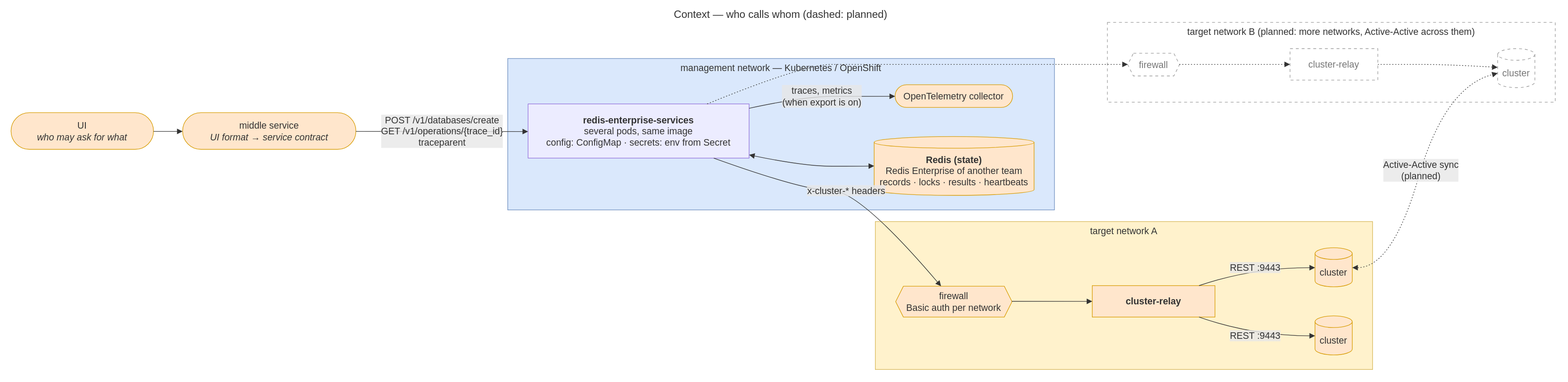
Before: docs/diagrams/02-context.drawio.svg, a diagram exported from draw.io (EliShteinman/redis-enterprise-services). Source tidied: cells renumbered, new cells last; positions are measured from the earlier drawing's top-left corner, leaving out a move shared by most shapes.
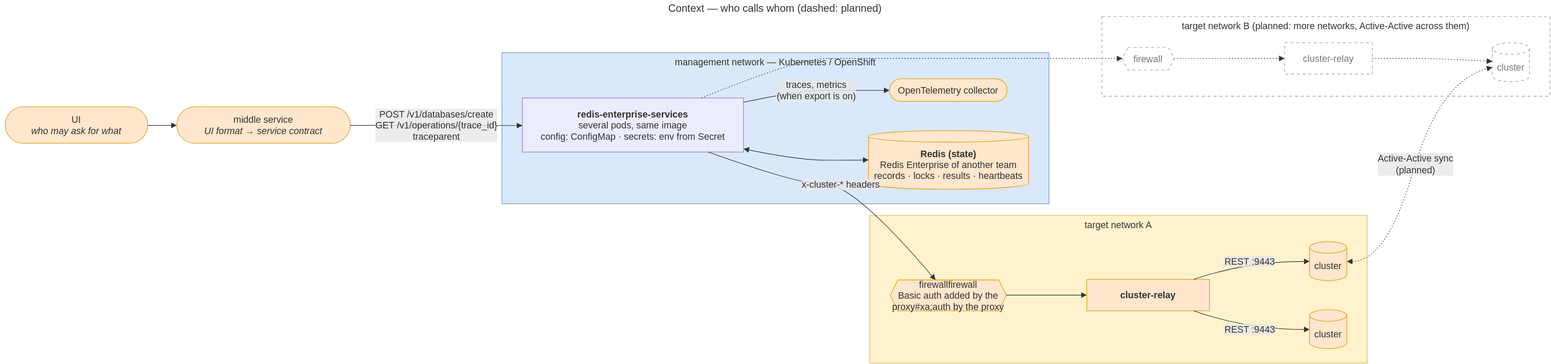
After the change.

Commit message:
docs: the proxy authenticates to DataPower; the service sends no firewall credentials

Change to the diagram source:
```diff
@@ -33,7 +33,7 @@
     <mxCell id="8" value="target network A" style="html=1;whiteSpace=wrap;strokeWidth=1;verticalAlign=top;fillColor=#fff2cc;strokeColor=#d6b656;fontColor=light-dark(#333333,#cccccc);fontFamily=Trebuchet MS,Verdana,Arial,sans-serif;fontSize=16;" parent="1" vertex="1">
       <mxGeometry x="1494" y="370" width="855" height="254" as="geometry" />
     </mxCell>
-    <mxCell id="9" value="firewall&#10;Basic auth per network" style="html=1;shape=hexagon;perimeter=hexagonPerimeter2;fixedSize=1;size=13.25;strokeWidth=1;whiteSpace=wrap;fillColor=#ffe6cc;strokeColor=#d79b00;fontColor=light-dark(#333333,#cccccc);fontFamily=Trebuchet MS,Verdana,Arial,sans-serif;fontSize=16;" parent="8" vertex="1">
+    <mxCell id="9" value="firewallfirewall&#10;Basic auth added by the proxy#xa;auth by the proxy" style="html=1;shape=hexagon;perimeter=hexagonPerimeter2;fixedSize=1;size=13.25;strokeWidth=1;whiteSpace=wrap;fillColor=#ffe6cc;strokeColor=#d79b00;fontColor=light-dark(#333333,#cccccc);fontFamily=Trebuchet MS,Verdana,Arial,sans-serif;fontSize=16;" parent="8" vertex="1">
       <mxGeometry x="35" y="111" width="200" height="53" as="geometry" />
     </mxCell>
     <mxCell id="10" value="&lt;b&gt;cluster-relay&lt;/b&gt;" style="html=1;whiteSpace=wrap;strokeWidth=1;fillColor=#ffe6cc;strokeColor=#d79b00;fontColor=light-dark(#333333,#cccccc);fontFamily=Trebuchet MS,Verdana,Arial,sans-serif;fontSize=16;" parent="8" vertex="1">
```
